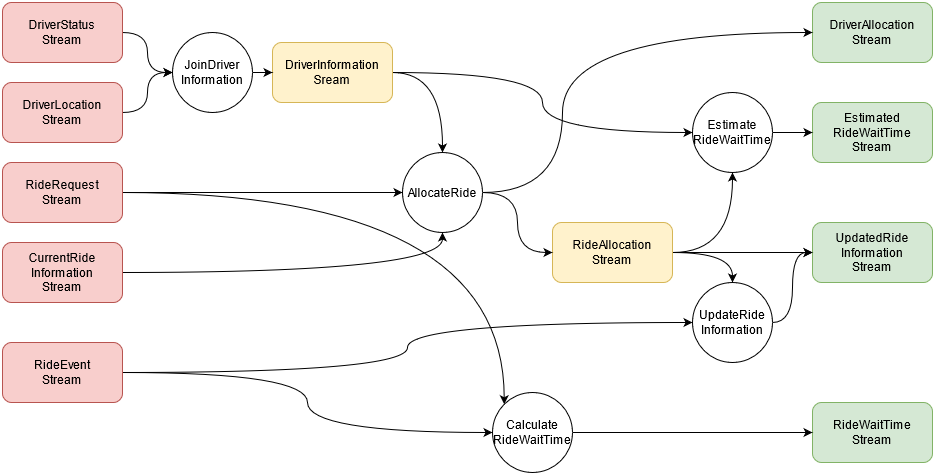
Above: ride_allocation/diagrams/ride_allocation_fbp_ml.png in mlatcl/fbp-vs-soa (draw.io), before the change. Source tidied: cells renumbered, new cells last; positions are measured from the earlier drawing's top-left corner, leaving out a move shared by most shapes. Its diagram source:
```xml
<mxGraphModel>
  <root>
    <mxCell id="0" />
    <mxCell id="1" parent="0" />
    <mxCell id="2" style="edgeStyle=orthogonalEdgeStyle;rounded=0;jettySize=auto;html=1;" parent="1" edge="1" target="x">
      <mxGeometry relative="1" as="geometry">
        <mxPoint x="55" y="10" as="sourcePoint" />
      </mxGeometry>
    </mxCell>
    <mxCell id="3" style="edgeStyle=orthogonalEdgeStyle;rounded=0;jettySize=auto;html=1;curved=1;" parent="1" edge="1" target="x">
      <mxGeometry relative="1" as="geometry">
        <mxPoint x="190" y="110" as="sourcePoint" />
      </mxGeometry>
    </mxCell>
    <mxCell id="4" style="edgeStyle=orthogonalEdgeStyle;rounded=0;jettySize=auto;html=1;entryX=0;entryY=0.5;entryDx=0;entryDy=0;curved=1;" parent="1" edge="1" target="x">
      <mxGeometry relative="1" as="geometry">
        <mxPoint x="190" y="110" as="sourcePoint" />
      </mxGeometry>
    </mxCell>
    <mxCell id="5" style="edgeStyle=orthogonalEdgeStyle;rounded=0;jettySize=auto;html=1;curved=1;" parent="1" edge="1" target="x">
      <mxGeometry relative="1" as="geometry">
        <mxPoint x="190" y="110" as="sourcePoint" />
        <Array as="points">
          <mxPoint x="220" y="110" />
          <mxPoint x="220" y="70" />
        </Array>
      </mxGeometry>
    </mxCell>
    <mxCell id="6" style="edgeStyle=orthogonalEdgeStyle;curved=1;rounded=0;jettySize=auto;html=1;" parent="1" edge="1" source="7" target="29">
      <mxGeometry relative="1" as="geometry" />
    </mxCell>
    <mxCell id="7" value="&lt;div&gt;DriverStatus&lt;/div&gt;&lt;div&gt;Stream&lt;/div&gt;" style="rounded=1;whiteSpace=wrap;html=1;fillColor=#f8cecc;strokeColor=#b85450;" parent="1" vertex="1">
      <mxGeometry width="120" height="60" as="geometry" />
    </mxCell>
    <mxCell id="8" style="edgeStyle=orthogonalEdgeStyle;curved=1;rounded=0;jettySize=auto;html=1;" parent="1" edge="1" source="9" target="29">
      <mxGeometry relative="1" as="geometry" />
    </mxCell>
    <mxCell id="9" value="&lt;div&gt;DriverLocation&lt;/div&gt;&lt;div&gt;Stream&lt;br&gt;&lt;/div&gt;" style="rounded=1;whiteSpace=wrap;html=1;fillColor=#f8cecc;strokeColor=#b85450;" parent="1" vertex="1">
      <mxGeometry y="80" width="120" height="60" as="geometry" />
    </mxCell>
    <mxCell id="10" style="edgeStyle=orthogonalEdgeStyle;curved=1;rounded=0;jettySize=auto;html=1;" parent="1" edge="1" source="12" target="32">
      <mxGeometry relative="1" as="geometry" />
    </mxCell>
    <mxCell id="11" style="edgeStyle=orthogonalEdgeStyle;curved=1;rounded=0;jettySize=auto;html=1;entryX=0;entryY=0;entryDx=0;entryDy=0;" parent="1" edge="1" source="12" target="34">
      <mxGeometry relative="1" as="geometry" />
    </mxCell>
    <mxCell id="12" value="&lt;div&gt;RideRequest&lt;/div&gt;&lt;div&gt;Stream&lt;br&gt;&lt;/div&gt;" style="rounded=1;whiteSpace=wrap;html=1;fillColor=#f8cecc;strokeColor=#b85450;" parent="1" vertex="1">
      <mxGeometry y="160" width="120" height="60" as="geometry" />
    </mxCell>
    <mxCell id="13" style="edgeStyle=orthogonalEdgeStyle;curved=1;rounded=0;jettySize=auto;html=1;" parent="1" edge="1" source="14" target="32">
      <mxGeometry relative="1" as="geometry" />
    </mxCell>
    <mxCell id="14" value="&lt;div&gt;CurrentRide&lt;/div&gt;&lt;div&gt;Information&lt;/div&gt;&lt;div&gt;Stream&lt;br&gt;&lt;/div&gt;" style="rounded=1;whiteSpace=wrap;html=1;fillColor=#f8cecc;strokeColor=#b85450;" parent="1" vertex="1">
      <mxGeometry y="240" width="120" height="60" as="geometry" />
    </mxCell>
    <mxCell id="15" style="edgeStyle=orthogonalEdgeStyle;curved=1;rounded=0;jettySize=auto;html=1;entryX=0;entryY=0.5;entryDx=0;entryDy=0;" parent="1" edge="1" source="17" target="36">
      <mxGeometry relative="1" as="geometry" />
    </mxCell>
    <mxCell id="16" style="edgeStyle=orthogonalEdgeStyle;curved=1;rounded=0;jettySize=auto;html=1;" parent="1" edge="1" source="17" target="34">
      <mxGeometry relative="1" as="geometry" />
    </mxCell>
    <mxCell id="17" value="&lt;div&gt;RideEvent&lt;/div&gt;&lt;div&gt;Stream&lt;br&gt;&lt;/div&gt;" style="rounded=1;whiteSpace=wrap;html=1;fillColor=#f8cecc;strokeColor=#b85450;" parent="1" vertex="1">
      <mxGeometry y="340" width="120" height="60" as="geometry" />
    </mxCell>
    <mxCell id="18" style="edgeStyle=orthogonalEdgeStyle;curved=1;rounded=0;jettySize=auto;html=1;entryX=0.5;entryY=0;entryDx=0;entryDy=0;" parent="1" edge="1" source="20" target="32">
      <mxGeometry relative="1" as="geometry" />
    </mxCell>
    <mxCell id="19" style="edgeStyle=orthogonalEdgeStyle;curved=1;rounded=0;jettySize=auto;html=1;" parent="1" edge="1" source="20" target="39">
      <mxGeometry relative="1" as="geometry" />
    </mxCell>
    <mxCell id="20" value="&lt;div&gt;DriverInformation&lt;/div&gt;&lt;div&gt;Sream&lt;br&gt;&lt;/div&gt;" style="rounded=1;whiteSpace=wrap;html=1;fillColor=#fff2cc;strokeColor=#d6b656;" parent="1" vertex="1">
      <mxGeometry x="270" y="40" width="120" height="60" as="geometry" />
    </mxCell>
    <mxCell id="21" style="edgeStyle=orthogonalEdgeStyle;curved=1;rounded=0;jettySize=auto;html=1;entryX=0.5;entryY=0;entryDx=0;entryDy=0;" parent="1" edge="1" source="24" target="36">
      <mxGeometry relative="1" as="geometry" />
    </mxCell>
    <mxCell id="22" style="edgeStyle=orthogonalEdgeStyle;curved=1;rounded=0;jettySize=auto;html=1;" parent="1" edge="1" source="24" target="26">
      <mxGeometry relative="1" as="geometry" />
    </mxCell>
    <mxCell id="23" style="edgeStyle=orthogonalEdgeStyle;curved=1;rounded=0;jettySize=auto;html=1;" parent="1" edge="1" source="24" target="39">
      <mxGeometry relative="1" as="geometry" />
    </mxCell>
    <mxCell id="24" value="&lt;div&gt;RideAllocation&lt;/div&gt;&lt;div&gt;Stream&lt;br&gt;&lt;/div&gt;" style="rounded=1;whiteSpace=wrap;html=1;fillColor=#fff2cc;strokeColor=#d6b656;" parent="1" vertex="1">
      <mxGeometry x="550" y="220" width="120" height="60" as="geometry" />
    </mxCell>
    <mxCell id="25" value="&lt;div&gt;DriverAllocation&lt;/div&gt;&lt;div&gt;Stream&lt;br&gt;&lt;/div&gt;" style="rounded=1;whiteSpace=wrap;html=1;fillColor=#d5e8d4;strokeColor=#82b366;" parent="1" vertex="1">
      <mxGeometry x="810" width="120" height="60" as="geometry" />
    </mxCell>
    <mxCell id="26" value="&lt;div&gt;UpdatedRide&lt;/div&gt;&lt;div&gt;Information&lt;br&gt;&lt;/div&gt;&lt;div&gt;Stream&lt;/div&gt;" style="rounded=1;whiteSpace=wrap;html=1;fillColor=#d5e8d4;strokeColor=#82b366;" parent="1" vertex="1">
      <mxGeometry x="810" y="220" width="120" height="60" as="geometry" />
    </mxCell>
    <mxCell id="27" value="&lt;div&gt;RideWaitTime&lt;/div&gt;&lt;div&gt;Stream&lt;br&gt;&lt;/div&gt;" style="rounded=1;whiteSpace=wrap;html=1;fillColor=#d5e8d4;strokeColor=#82b366;" parent="1" vertex="1">
      <mxGeometry x="810" y="400" width="120" height="60" as="geometry" />
    </mxCell>
    <mxCell id="28" style="edgeStyle=orthogonalEdgeStyle;curved=1;rounded=0;jettySize=auto;html=1;" parent="1" edge="1" source="29" target="20">
      <mxGeometry relative="1" as="geometry" />
    </mxCell>
    <mxCell id="29" value="&lt;div&gt;JoinDriver&lt;/div&gt;&lt;div&gt;Information&lt;br&gt;&lt;/div&gt;" style="ellipse;whiteSpace=wrap;html=1;" parent="1" vertex="1">
      <mxGeometry x="170" y="30" width="80" height="80" as="geometry" />
    </mxCell>
    <mxCell id="30" style="edgeStyle=orthogonalEdgeStyle;curved=1;rounded=0;jettySize=auto;html=1;entryX=0;entryY=0.5;entryDx=0;entryDy=0;" parent="1" edge="1" source="32" target="25">
      <mxGeometry relative="1" as="geometry">
        <Array as="points">
          <mxPoint x="560" y="190" />
          <mxPoint x="560" y="30" />
        </Array>
      </mxGeometry>
    </mxCell>
    <mxCell id="31" style="edgeStyle=orthogonalEdgeStyle;curved=1;rounded=0;jettySize=auto;html=1;entryX=0;entryY=0.5;entryDx=0;entryDy=0;" parent="1" edge="1" source="32" target="24">
      <mxGeometry relative="1" as="geometry" />
    </mxCell>
    <mxCell id="32" value="AllocateRide" style="ellipse;whiteSpace=wrap;html=1;" parent="1" vertex="1">
      <mxGeometry x="400" y="150" width="80" height="80" as="geometry" />
    </mxCell>
    <mxCell id="33" style="edgeStyle=orthogonalEdgeStyle;curved=1;rounded=0;jettySize=auto;html=1;" parent="1" edge="1" source="34" target="27">
      <mxGeometry relative="1" as="geometry" />
    </mxCell>
    <mxCell id="34" value="&lt;div&gt;Calculate&lt;/div&gt;&lt;div&gt;RideWaitTime&lt;/div&gt;" style="ellipse;whiteSpace=wrap;html=1;" parent="1" vertex="1">
      <mxGeometry x="490" y="390" width="80" height="80" as="geometry" />
    </mxCell>
    <mxCell id="35" style="edgeStyle=orthogonalEdgeStyle;curved=1;rounded=0;jettySize=auto;html=1;" parent="1" edge="1" source="36" target="26">
      <mxGeometry relative="1" as="geometry" />
    </mxCell>
    <mxCell id="36" value="&lt;div&gt;UpdateRide&lt;/div&gt;&lt;div&gt;Information&lt;br&gt;&lt;/div&gt;" style="ellipse;whiteSpace=wrap;html=1;" parent="1" vertex="1">
      <mxGeometry x="690" y="280" width="80" height="80" as="geometry" />
    </mxCell>
    <mxCell id="37" value="&lt;div&gt;Estimated&lt;/div&gt;&lt;div&gt;RideWaitTime&lt;/div&gt;&lt;div&gt;Stream&lt;/div&gt;" style="rounded=1;whiteSpace=wrap;html=1;fillColor=#d5e8d4;strokeColor=#82b366;" parent="1" vertex="1">
      <mxGeometry x="810" y="100" width="120" height="60" as="geometry" />
    </mxCell>
    <mxCell id="38" style="edgeStyle=orthogonalEdgeStyle;curved=1;rounded=0;jettySize=auto;html=1;" parent="1" edge="1" source="39" target="37">
      <mxGeometry relative="1" as="geometry" />
    </mxCell>
    <mxCell id="39" value="&lt;div&gt;Estimate&lt;/div&gt;&lt;div&gt;RideWaitTime&lt;br&gt;&lt;/div&gt;" style="ellipse;whiteSpace=wrap;html=1;" parent="1" vertex="1">
      <mxGeometry x="690" y="90" width="80" height="80" as="geometry" />
    </mxCell>
  </root>
</mxGraphModel>
```
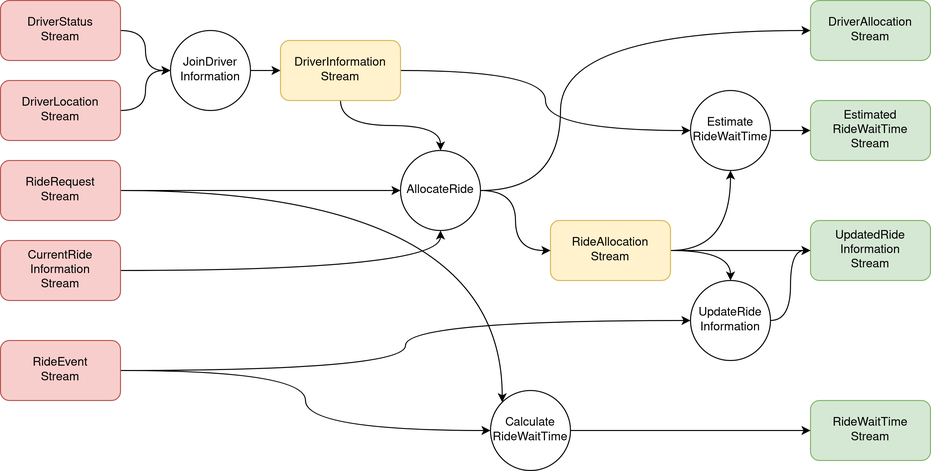
The same file after the commit.

Change to the diagram source:
```diff
@@ -2,30 +2,21 @@
   <root>
     <mxCell id="0" />
     <mxCell id="1" parent="0" />
-    <mxCell id="2" style="edgeStyle=orthogonalEdgeStyle;rounded=0;jettySize=auto;html=1;" parent="1" edge="1" target="x">
+    <mxCell id="2" style="edgeStyle=orthogonalEdgeStyle;rounded=0;orthogonalLoop=1;jettySize=auto;html=1;" parent="1" edge="1">
       <mxGeometry relative="1" as="geometry">
         <mxPoint x="55" y="10" as="sourcePoint" />
       </mxGeometry>
     </mxCell>
-    <mxCell id="3" style="edgeStyle=orthogonalEdgeStyle;rounded=0;jettySize=auto;html=1;curved=1;" parent="1" edge="1" target="x">
+    <mxCell id="3" style="edgeStyle=orthogonalEdgeStyle;rounded=0;orthogonalLoop=1;jettySize=auto;html=1;curved=1;" parent="1" edge="1">
       <mxGeometry relative="1" as="geometry">
         <mxPoint x="190" y="110" as="sourcePoint" />
       </mxGeometry>
     </mxCell>
-    <mxCell id="4" style="edgeStyle=orthogonalEdgeStyle;rounded=0;jettySize=auto;html=1;entryX=0;entryY=0.5;entryDx=0;entryDy=0;curved=1;" parent="1" edge="1" target="x">
+    <mxCell id="4" style="edgeStyle=orthogonalEdgeStyle;rounded=0;orthogonalLoop=1;jettySize=auto;html=1;entryX=0;entryY=0.5;entryDx=0;entryDy=0;curved=1;" parent="1" edge="1">
       <mxGeometry relative="1" as="geometry">
         <mxPoint x="190" y="110" as="sourcePoint" />
       </mxGeometry>
     </mxCell>
-    <mxCell id="5" style="edgeStyle=orthogonalEdgeStyle;rounded=0;jettySize=auto;html=1;curved=1;" parent="1" edge="1" target="x">
-      <mxGeometry relative="1" as="geometry">
-        <mxPoint x="190" y="110" as="sourcePoint" />
-        <Array as="points">
-          <mxPoint x="220" y="110" />
-          <mxPoint x="220" y="70" />
-        </Array>
-      </mxGeometry>
-    </mxCell>
     <mxCell id="6" style="edgeStyle=orthogonalEdgeStyle;curved=1;rounded=0;jettySize=auto;html=1;" parent="1" edge="1" source="7" target="29">
       <mxGeometry relative="1" as="geometry" />
     </mxCell>
@@ -68,8 +59,8 @@
     <mxCell id="19" style="edgeStyle=orthogonalEdgeStyle;curved=1;rounded=0;jettySize=auto;html=1;" parent="1" edge="1" source="20" target="39">
       <mxGeometry relative="1" as="geometry" />
     </mxCell>
-    <mxCell id="20" value="&lt;div&gt;DriverInformation&lt;/div&gt;&lt;div&gt;Sream&lt;br&gt;&lt;/div&gt;" style="rounded=1;whiteSpace=wrap;html=1;fillColor=#fff2cc;strokeColor=#d6b656;" parent="1" vertex="1">
-      <mxGeometry x="270" y="40" width="120" height="60" as="geometry" />
+    <mxCell id="20" value="&lt;div&gt;DriverInformation&lt;/div&gt;&lt;div&gt;Stream&lt;br&gt;&lt;/div&gt;" style="rounded=1;whiteSpace=wrap;html=1;fillColor=#fff2cc;strokeColor=#d6b656;" parent="1" vertex="1">
+      <mxGeometry x="280" y="40" width="120" height="60" as="geometry" />
     </mxCell>
     <mxCell id="21" style="edgeStyle=orthogonalEdgeStyle;curved=1;rounded=0;jettySize=auto;html=1;entryX=0.5;entryY=0;entryDx=0;entryDy=0;" parent="1" edge="1" source="24" target="36">
       <mxGeometry relative="1" as="geometry" />
```
